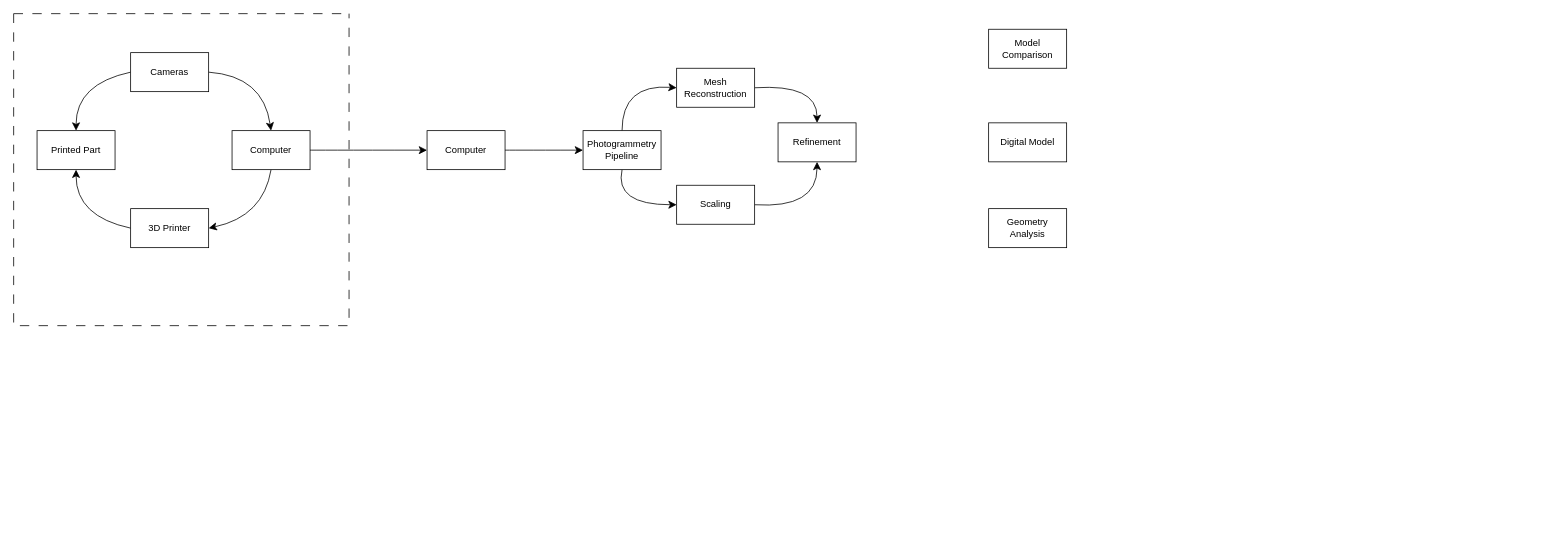
The draw.io diagram FLOW.drawio in jameswalter12/MEng-Project-, before the edit. Source tidied: cells renumbered, new cells numbered last; positions are measured from the earlier drawing's top-left corner, leaving out a move shared by most shapes. Both pictures are drawn from the tidied source at 78%, with x=0, y=0 at pixel (13, 13).
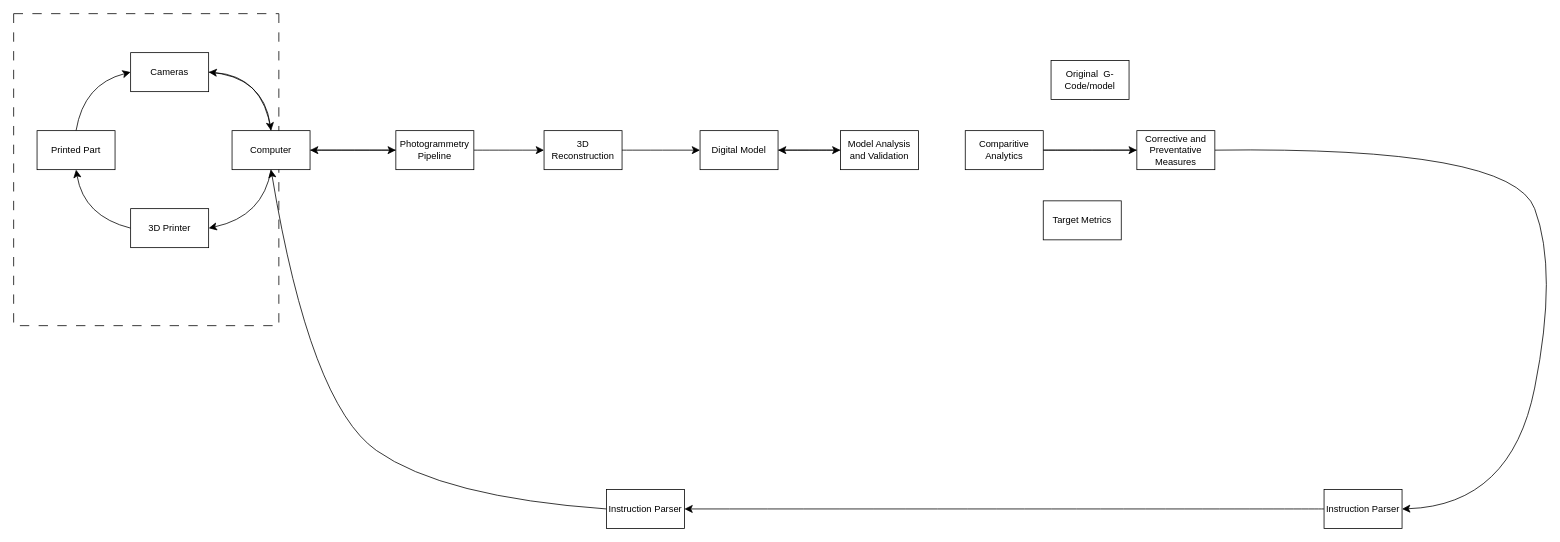
The same diagram, later.

Unchanged cells that the change refers to:
```xml
<mxCell id="5" value="3D Printer" style="rounded=0;whiteSpace=wrap;html=1;" parent="3" vertex="1">
  <mxGeometry x="150" y="250" width="100" height="50" as="geometry" />
</mxCell>
<mxCell id="8" value="Cameras" style="rounded=0;whiteSpace=wrap;html=1;" parent="3" vertex="1">
  <mxGeometry x="150" y="50" width="100" height="50" as="geometry" />
</mxCell>
<mxCell id="10" value="Computer" style="rounded=0;whiteSpace=wrap;html=1;" parent="3" vertex="1">
  <mxGeometry x="280" y="150" width="100" height="50" as="geometry" />
</mxCell>
<mxCell id="11" value="Printed Part" style="rounded=0;whiteSpace=wrap;html=1;" parent="3" vertex="1">
  <mxGeometry x="30" y="150" width="100" height="50" as="geometry" />
</mxCell>
```

Change to the diagram source:
```diff
@@
+    <mxCell id="25" style="edgeStyle=none;curved=1;rounded=0;jettySize=auto;html=1;exitX=1;exitY=0.5;exitDx=0;exitDy=0;entryX=0;entryY=0.5;entryDx=0;entryDy=0;fontSize=12;startSize=8;endSize=8;" parent="1" edge="1" source="2" target="22">
+      <mxGeometry relative="1" as="geometry" />
+    </mxCell>
-    <mxCell id="2" value="Refinement" style="rounded=0;whiteSpace=wrap;html=1;" parent="1" vertex="1">
-      <mxGeometry x="980" y="140" width="100" height="50" as="geometry" />
+    <mxCell id="2" value="3D Reconstruction" style="rounded=0;whiteSpace=wrap;html=1;" parent="1" vertex="1">
+      <mxGeometry x="680" y="150" width="100" height="50" as="geometry" />
     </mxCell>
     <mxCell id="3" style="swimlane;startSize=0;dashed=1;dashPattern=12 12;" parent="1" vertex="1">
-      <mxGeometry width="430" height="400" as="geometry" />
+      <mxGeometry width="340" height="400" as="geometry" />
     </mxCell>
     <mxCell id="4" style="edgeStyle=none;curved=1;rounded=0;jettySize=auto;html=1;exitX=0;exitY=0.5;exitDx=0;exitDy=0;entryX=0.5;entryY=1;entryDx=0;entryDy=0;fontSize=12;startSize=8;endSize=8;" parent="3" edge="1" source="5" target="11">
       <mxGeometry relative="1" as="geometry">
         <Array as="points">
-          <mxPoint x="80" y="260" />
+          <mxPoint x="90" y="260" />
         </Array>
       </mxGeometry>
     </mxCell>
@@
-    <mxCell id="7" style="edgeStyle=none;curved=1;rounded=0;jettySize=auto;html=1;exitX=0;exitY=0.5;exitDx=0;exitDy=0;entryX=0.5;entryY=0;entryDx=0;entryDy=0;fontSize=12;startSize=8;endSize=8;" parent="3" edge="1" source="8" target="11">
-      <mxGeometry relative="1" as="geometry">
-        <Array as="points">
-          <mxPoint x="80" y="90" />
-        </Array>
-      </mxGeometry>
-    </mxCell>
@@
+    <mxCell id="26" style="edgeStyle=none;curved=1;rounded=0;jettySize=auto;html=1;exitX=0.5;exitY=0;exitDx=0;exitDy=0;entryX=1;entryY=0.5;entryDx=0;entryDy=0;fontSize=12;startSize=8;endSize=8;" parent="3" edge="1" source="10" target="8">
+      <mxGeometry relative="1" as="geometry">
+        <Array as="points">
+          <mxPoint x="320" y="80" />
+        </Array>
+      </mxGeometry>
+    </mxCell>
@@
+    <mxCell id="27" style="edgeStyle=none;curved=1;rounded=0;jettySize=auto;html=1;exitX=0.5;exitY=0;exitDx=0;exitDy=0;entryX=0;entryY=0.5;entryDx=0;entryDy=0;fontSize=12;startSize=8;endSize=8;" parent="3" edge="1" source="11" target="8">
+      <mxGeometry relative="1" as="geometry">
+        <Array as="points">
+          <mxPoint x="90" y="90" />
+        </Array>
+      </mxGeometry>
+    </mxCell>
@@
-    <mxCell id="12" style="edgeStyle=none;curved=1;rounded=0;jettySize=auto;html=1;exitX=1;exitY=0.5;exitDx=0;exitDy=0;entryX=0;entryY=0.5;entryDx=0;entryDy=0;fontSize=12;startSize=8;endSize=8;" parent="1" edge="1" source="13" target="17">
-      <mxGeometry relative="1" as="geometry" />
-    </mxCell>
-    <mxCell id="13" value="Computer" style="rounded=0;whiteSpace=wrap;html=1;" parent="1" vertex="1">
-      <mxGeometry x="530" y="150" width="100" height="50" as="geometry" />
-    </mxCell>
+    <mxCell id="28" style="edgeStyle=none;curved=1;rounded=0;jettySize=auto;html=1;exitX=0;exitY=0.5;exitDx=0;exitDy=0;entryX=1;entryY=0.5;entryDx=0;entryDy=0;fontSize=12;startSize=8;endSize=8;" parent="1" edge="1" target="10">
+      <mxGeometry relative="1" as="geometry">
+        <mxPoint x="500" y="175" as="sourcePoint" />
+      </mxGeometry>
+    </mxCell>
-    <mxCell id="14" style="edgeStyle=none;curved=1;rounded=0;jettySize=auto;html=1;exitX=1;exitY=0.5;exitDx=0;exitDy=0;fontSize=12;startSize=8;endSize=8;entryX=0;entryY=0.5;entryDx=0;entryDy=0;" parent="1" edge="1" source="10" target="13">
+    <mxCell id="14" style="edgeStyle=none;curved=1;rounded=0;jettySize=auto;html=1;exitX=1;exitY=0.5;exitDx=0;exitDy=0;fontSize=12;startSize=8;endSize=8;entryX=0;entryY=0.5;entryDx=0;entryDy=0;" parent="1" edge="1" source="10" target="17">
       <mxGeometry relative="1" as="geometry" />
     </mxCell>
-    <mxCell id="15" style="edgeStyle=none;curved=1;rounded=0;jettySize=auto;html=1;exitX=0.5;exitY=1;exitDx=0;exitDy=0;fontSize=12;startSize=8;endSize=8;entryX=0;entryY=0.5;entryDx=0;entryDy=0;" parent="1" edge="1" source="17" target="21">
-      <mxGeometry relative="1" as="geometry">
-        <Array as="points">
-          <mxPoint x="770" y="245" />
-        </Array>
-      </mxGeometry>
-    </mxCell>
-    <mxCell id="16" style="edgeStyle=none;curved=1;rounded=0;jettySize=auto;html=1;exitX=0.5;exitY=0;exitDx=0;exitDy=0;entryX=0;entryY=0.5;entryDx=0;entryDy=0;fontSize=12;startSize=8;endSize=8;" parent="1" edge="1" source="17" target="19">
-      <mxGeometry relative="1" as="geometry">
-        <Array as="points">
-          <mxPoint x="780" y="90" />
-        </Array>
-      </mxGeometry>
-    </mxCell>
+    <mxCell id="29" style="edgeStyle=none;curved=1;rounded=0;jettySize=auto;html=1;exitX=1;exitY=0.5;exitDx=0;exitDy=0;entryX=0;entryY=0.5;entryDx=0;entryDy=0;fontSize=12;startSize=8;endSize=8;" parent="1" edge="1" source="17" target="2">
+      <mxGeometry relative="1" as="geometry" />
+    </mxCell>
     <mxCell id="17" value="Photogrammetry Pipeline" style="rounded=0;whiteSpace=wrap;html=1;" parent="1" vertex="1">
-      <mxGeometry x="730" y="150" width="100" height="50" as="geometry" />
+      <mxGeometry x="490" y="150" width="100" height="50" as="geometry" />
     </mxCell>
-    <mxCell id="18" style="edgeStyle=none;curved=1;rounded=0;jettySize=auto;html=1;exitX=1;exitY=0.5;exitDx=0;exitDy=0;fontSize=12;startSize=8;endSize=8;entryX=0.5;entryY=0;entryDx=0;entryDy=0;" parent="1" edge="1" source="19" target="2">
-      <mxGeometry relative="1" as="geometry">
-        <Array as="points">
-          <mxPoint x="1030" y="90" />
-        </Array>
-      </mxGeometry>
-    </mxCell>
-    <mxCell id="19" value="Mesh Reconstruction" style="rounded=0;whiteSpace=wrap;html=1;" parent="1" vertex="1">
-      <mxGeometry x="850" y="70" width="100" height="50" as="geometry" />
-    </mxCell>
-    <mxCell id="20" style="edgeStyle=none;curved=1;rounded=0;jettySize=auto;html=1;exitX=1;exitY=0.5;exitDx=0;exitDy=0;entryX=0.5;entryY=1;entryDx=0;entryDy=0;fontSize=12;startSize=8;endSize=8;" parent="1" edge="1" source="21" target="2">
-      <mxGeometry relative="1" as="geometry">
-        <Array as="points">
-          <mxPoint x="1030" y="250" />
-        </Array>
-      </mxGeometry>
-    </mxCell>
-    <mxCell id="21" value="Scaling" style="rounded=0;whiteSpace=wrap;html=1;" parent="1" vertex="1">
-      <mxGeometry x="850" y="220" width="100" height="50" as="geometry" />
-    </mxCell>
+    <mxCell id="30" style="edgeStyle=none;curved=1;rounded=0;jettySize=auto;html=1;exitX=1;exitY=0.5;exitDx=0;exitDy=0;fontSize=12;startSize=8;endSize=8;" parent="1" edge="1" source="22">
+      <mxGeometry relative="1" as="geometry">
+        <mxPoint x="1060" y="175" as="targetPoint" />
+      </mxGeometry>
+    </mxCell>
     <mxCell id="22" value="Digital Model" style="rounded=0;whiteSpace=wrap;html=1;" parent="1" vertex="1">
-      <mxGeometry x="1250" y="140" width="100" height="50" as="geometry" />
+      <mxGeometry x="880" y="150" width="100" height="50" as="geometry" />
     </mxCell>
-    <mxCell id="23" value="Geometry Analysis" style="rounded=0;whiteSpace=wrap;html=1;" parent="1" vertex="1">
-      <mxGeometry x="1250" y="250" width="100" height="50" as="geometry" />
-    </mxCell>
-    <mxCell id="24" value="Model Comparison" style="rounded=0;whiteSpace=wrap;html=1;" parent="1" vertex="1">
-      <mxGeometry x="1250" y="20" width="100" height="50" as="geometry" />
-    </mxCell>
+    <mxCell id="31" style="edgeStyle=none;curved=1;rounded=0;jettySize=auto;html=1;exitX=1;exitY=0.5;exitDx=0;exitDy=0;entryX=0;entryY=0.5;entryDx=0;entryDy=0;fontSize=12;startSize=8;endSize=8;" parent="1" edge="1" target="33">
+      <mxGeometry relative="1" as="geometry">
+        <mxPoint x="1480" y="175" as="sourcePoint" />
+      </mxGeometry>
+    </mxCell>
+    <mxCell id="32" style="edgeStyle=none;curved=1;rounded=0;jettySize=auto;html=1;exitX=1;exitY=0.5;exitDx=0;exitDy=0;entryX=0;entryY=0.5;entryDx=0;entryDy=0;fontSize=12;startSize=8;endSize=8;" parent="1" edge="1" source="33" target="37">
+      <mxGeometry relative="1" as="geometry" />
+    </mxCell>
+    <mxCell id="33" value="Comparitive Analytics" style="rounded=0;whiteSpace=wrap;html=1;" parent="1" vertex="1">
+      <mxGeometry x="1220" y="150" width="100" height="50" as="geometry" />
+    </mxCell>
+    <mxCell id="34" value="Target Metrics" style="rounded=0;whiteSpace=wrap;html=1;" parent="1" vertex="1">
+      <mxGeometry x="1320" y="240" width="100" height="50" as="geometry" />
+    </mxCell>
+    <mxCell id="35" value="Original &amp;nbsp;G-Code/model" style="rounded=0;whiteSpace=wrap;html=1;" parent="1" vertex="1">
+      <mxGeometry x="1330" y="60" width="100" height="50" as="geometry" />
+    </mxCell>
+    <mxCell id="36" style="edgeStyle=none;curved=1;rounded=0;jettySize=auto;html=1;exitX=1;exitY=0.5;exitDx=0;exitDy=0;fontSize=12;startSize=8;endSize=8;entryX=1;entryY=0.5;entryDx=0;entryDy=0;" parent="1" edge="1" source="37" target="39">
+      <mxGeometry relative="1" as="geometry">
+        <Array as="points">
+          <mxPoint x="1920" y="170" />
+          <mxPoint x="1980" y="330" />
+          <mxPoint x="1920" y="630" />
+        </Array>
+      </mxGeometry>
+    </mxCell>
+    <mxCell id="37" value="Corrective and Preventative Measures" style="rounded=0;whiteSpace=wrap;html=1;" parent="1" vertex="1">
+      <mxGeometry x="1440" y="150" width="100" height="50" as="geometry" />
+    </mxCell>
+    <mxCell id="38" style="edgeStyle=none;curved=1;rounded=0;jettySize=auto;html=1;exitX=0;exitY=0.5;exitDx=0;exitDy=0;entryX=1;entryY=0.5;entryDx=0;entryDy=0;fontSize=12;startSize=8;endSize=8;" parent="1" edge="1" source="39" target="41">
+      <mxGeometry relative="1" as="geometry" />
+    </mxCell>
+    <mxCell id="39" value="Instruction Parser" style="rounded=0;whiteSpace=wrap;html=1;" parent="1" vertex="1">
+      <mxGeometry x="1680" y="610" width="100" height="50" as="geometry" />
+    </mxCell>
+    <mxCell id="40" style="edgeStyle=none;curved=1;rounded=0;jettySize=auto;html=1;exitX=0;exitY=0.5;exitDx=0;exitDy=0;entryX=0.5;entryY=1;entryDx=0;entryDy=0;fontSize=12;startSize=8;endSize=8;" parent="1" edge="1" source="41" target="10">
+      <mxGeometry relative="1" as="geometry">
+        <Array as="points">
+          <mxPoint x="550" y="620" />
+          <mxPoint x="380" y="500" />
+        </Array>
+      </mxGeometry>
+    </mxCell>
+    <mxCell id="41" value="Instruction Parser" style="rounded=0;whiteSpace=wrap;html=1;" parent="1" vertex="1">
+      <mxGeometry x="760" y="610" width="100" height="50" as="geometry" />
+    </mxCell>
+    <mxCell id="42" style="edgeStyle=none;curved=1;rounded=0;jettySize=auto;html=1;fontSize=12;startSize=8;endSize=8;" parent="1" edge="1" source="43" target="22">
+      <mxGeometry relative="1" as="geometry" />
+    </mxCell>
+    <mxCell id="43" value="Model Analysis and Validation" style="rounded=0;whiteSpace=wrap;html=1;" parent="1" vertex="1">
+      <mxGeometry x="1060" y="150" width="100" height="50" as="geometry" />
+    </mxCell>
```
